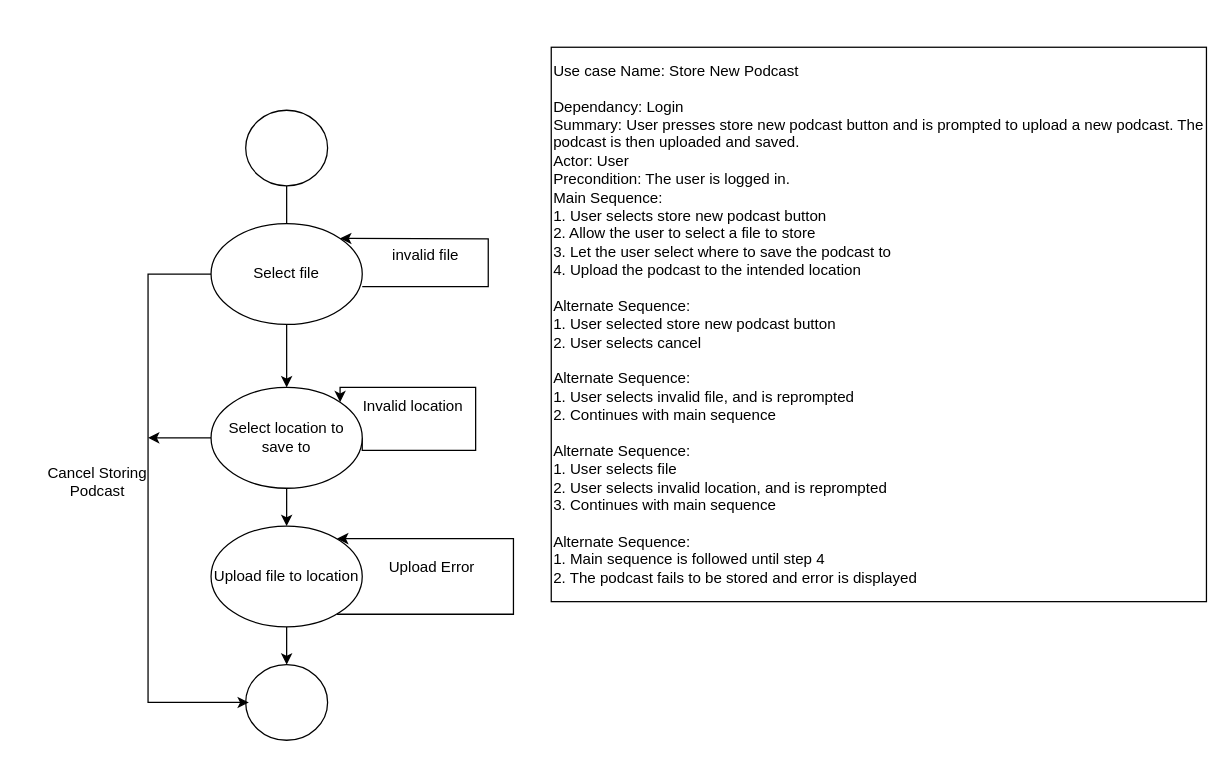
The draw.io diagram StoreNew_ActivityDiagram.drawio in Glizzus/COMP-3700, before the edit. Source tidied: cells renumbered, new cells numbered last; positions are measured from the earlier drawing's top-left corner, leaving out a move shared by most shapes. Both pictures are drawn from the tidied source at 126%, with x=0, y=0 at pixel (21, 47).
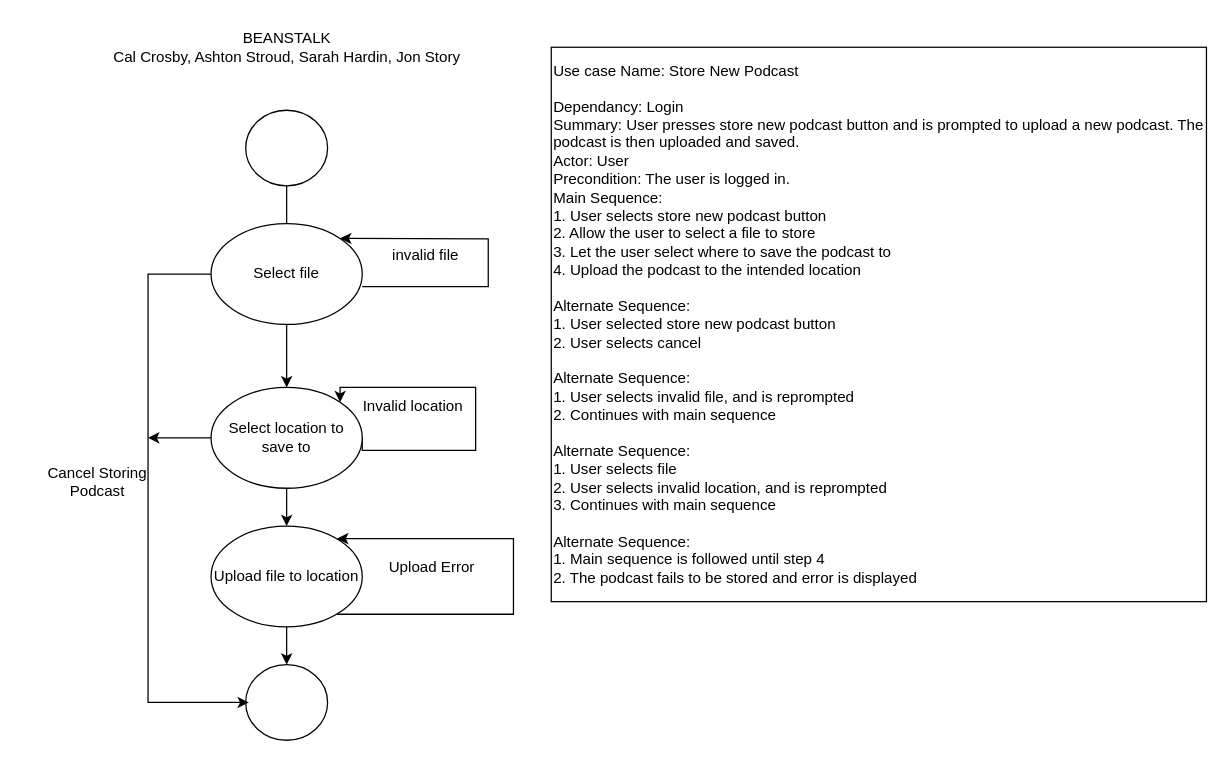
The same page after the edit.

Diff of the diagram source:
```diff
@@
+    <mxCell id="21" value="BEANSTALK&lt;br&gt;Cal Crosby, Ashton Stroud, Sarah Hardin, Jon Story" style="text;html=1;align=center;verticalAlign=middle;strokeColor=none;fillColor=none;" parent="1" vertex="1">
+      <mxGeometry x="60" y="-20" width="300" height="40" as="geometry" />
+    </mxCell>
```
